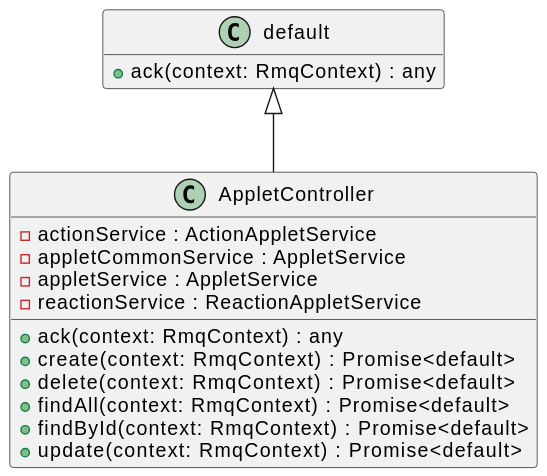
Above: assets/AppletController-umlClassDiagram-25.svg in Nathandelenclos/Area (PlantUML), before the change.
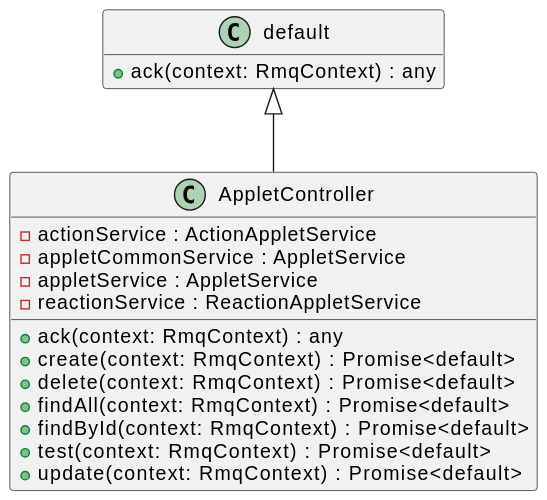
Later version of the same file.

The edit, as a diff of the source:
```diff
@@ -12,6 +12,7 @@
     +delete(context: RmqContext) : Promise<default>
     +findAll(context: RmqContext) : Promise<default>
     +findById(context: RmqContext) : Promise<default>
+    +test(context: RmqContext) : Promise<default>
     +update(context: RmqContext) : Promise<default>
 }
 class "default" {
```
